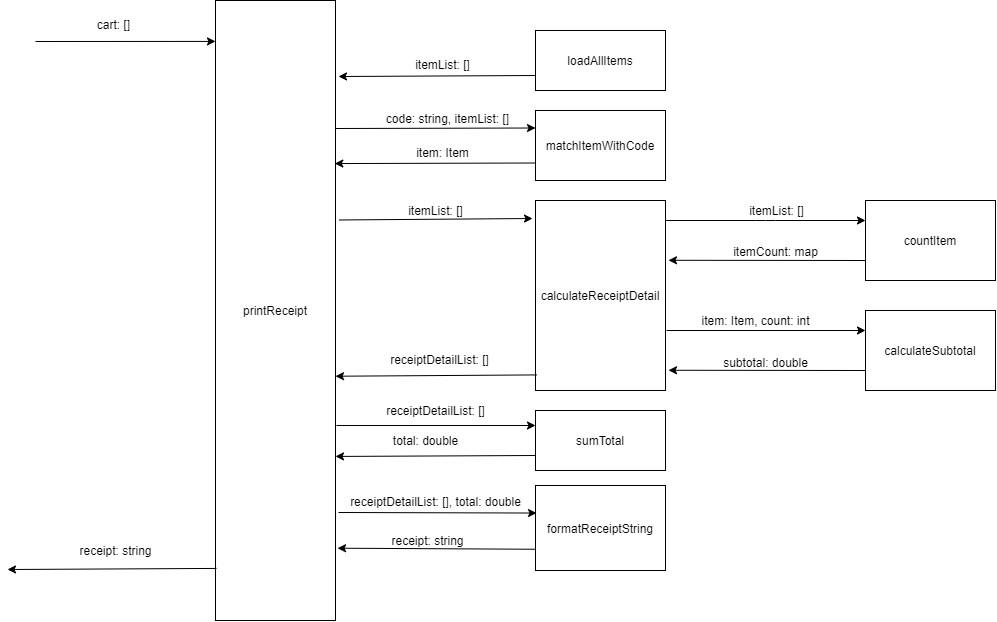
This is context-map.png from lamma3/pos_v0.2_English-2019-9-25-9-48-31-182, a draw.io export, as it was before one commit. Source tidied: cells renumbered, new cells last; positions are measured from the earlier drawing's top-left corner, leaving out a move shared by most shapes.
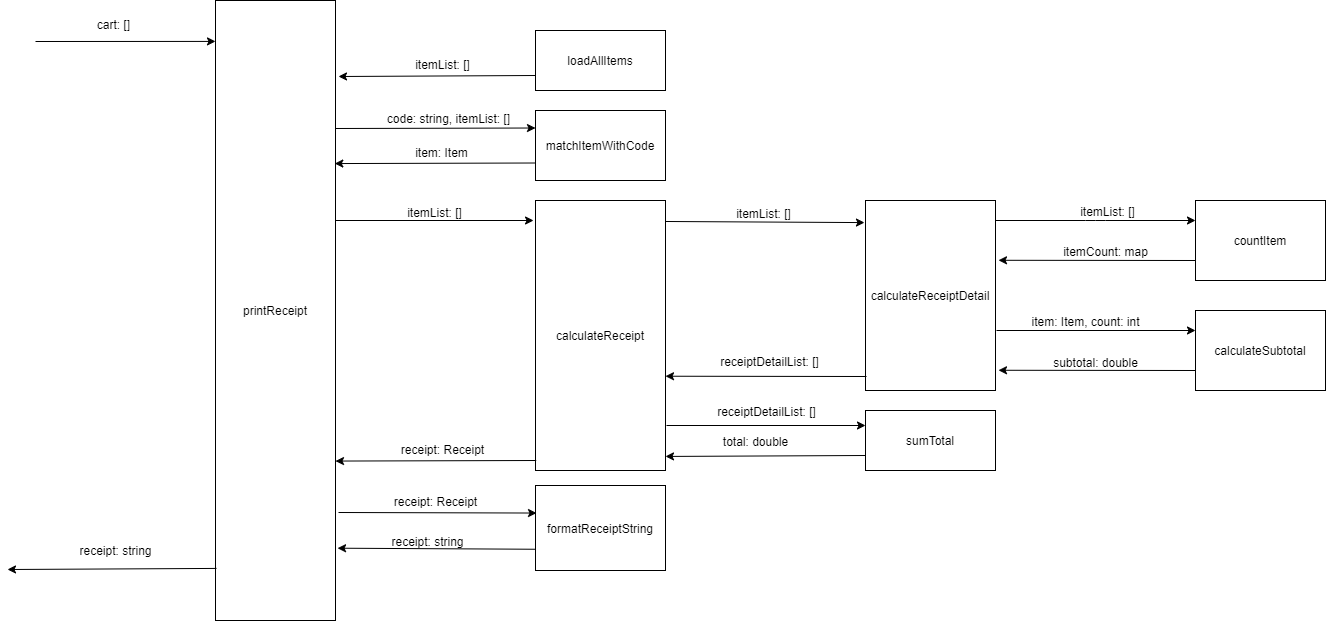
After the commit.

Commit message:
refactor receipt object

Diff of the diagram source:
```diff
@@ -35,13 +35,13 @@
       </mxGeometry>
     </mxCell>
     <mxCell id="10" value="countItem" style="rounded=0;whiteSpace=wrap;html=1;" parent="1" vertex="1">
-      <mxGeometry x="858" y="200" width="130" height="80" as="geometry" />
+      <mxGeometry x="1188" y="200" width="130" height="80" as="geometry" />
     </mxCell>
     <mxCell id="11" style="endArrow=classic;html=1;entryX=0;entryY=0.25;entryDx=0;entryDy=0;exitX=1;exitY=0.25;exitDx=0;exitDy=0;" parent="1" edge="1" target="10">
       <mxGeometry relative="1" as="geometry">
-        <mxPoint x="658" y="220" as="sourcePoint" />
+        <mxPoint x="988" y="220" as="sourcePoint" />
         <Array as="points">
-          <mxPoint x="758" y="220" />
+          <mxPoint x="1088" y="220" />
         </Array>
       </mxGeometry>
     </mxCell>
@@ -73,7 +73,7 @@
     </mxCell>
     <mxCell id="18" style="endArrow=classic;html=1;exitX=0;exitY=0.75;exitDx=0;exitDy=0;entryX=1.025;entryY=0.419;entryDx=0;entryDy=0;entryPerimeter=0;" parent="1" edge="1" source="10">
       <mxGeometry relative="1" as="geometry">
-        <mxPoint x="661" y="259.8" as="targetPoint" />
+        <mxPoint x="991" y="259.8" as="targetPoint" />
       </mxGeometry>
     </mxCell>
     <mxCell id="19" value="itemCount: map" style="text;html=1;align=center;verticalAlign=middle;" parent="18" vertex="1">
@@ -82,11 +82,11 @@
       </mxGeometry>
     </mxCell>
     <mxCell id="20" value="calculateSubtotal" style="rounded=0;whiteSpace=wrap;html=1;" parent="1" vertex="1">
-      <mxGeometry x="858" y="310" width="130" height="80" as="geometry" />
+      <mxGeometry x="1188" y="310" width="130" height="80" as="geometry" />
     </mxCell>
     <mxCell id="21" style="endArrow=classic;html=1;entryX=0;entryY=0.25;entryDx=0;entryDy=0;" parent="1" edge="1" target="20">
       <mxGeometry relative="1" as="geometry">
-        <mxPoint x="659" y="330" as="sourcePoint" />
+        <mxPoint x="989" y="330" as="sourcePoint" />
       </mxGeometry>
     </mxCell>
     <mxCell id="22" value="item: Item, count: int" style="text;html=1;align=center;verticalAlign=middle;" parent="21" vertex="1">
@@ -96,7 +96,7 @@
     </mxCell>
     <mxCell id="23" style="endArrow=classic;html=1;exitX=0;exitY=0.75;exitDx=0;exitDy=0;entryX=1.025;entryY=0.548;entryDx=0;entryDy=0;entryPerimeter=0;" parent="1" edge="1" source="20">
       <mxGeometry relative="1" as="geometry">
-        <mxPoint x="661" y="369.8" as="targetPoint" />
+        <mxPoint x="991" y="369.8" as="targetPoint" />
       </mxGeometry>
     </mxCell>
     <mxCell id="24" value="subtotal: double" style="text;html=1;align=center;verticalAlign=middle;" parent="23" vertex="1">
@@ -105,11 +105,11 @@
       </mxGeometry>
     </mxCell>
     <mxCell id="25" value="sumTotal" style="rounded=0;whiteSpace=wrap;html=1;" parent="1" vertex="1">
-      <mxGeometry x="528" y="410" width="130" height="60" as="geometry" />
+      <mxGeometry x="858" y="410" width="130" height="60" as="geometry" />
     </mxCell>
     <mxCell id="26" style="endArrow=classic;html=1;entryX=0;entryY=0.25;entryDx=0;entryDy=0;" parent="1" edge="1" target="25">
       <mxGeometry relative="1" as="geometry">
-        <mxPoint x="329" y="425" as="sourcePoint" />
+        <mxPoint x="659" y="425" as="sourcePoint" />
       </mxGeometry>
     </mxCell>
     <mxCell id="27" value="receiptDetailList: []" style="text;html=1;align=center;verticalAlign=middle;" parent="26" vertex="1">
@@ -119,7 +119,7 @@
     </mxCell>
     <mxCell id="28" style="endArrow=classic;html=1;exitX=0;exitY=0.75;exitDx=0;exitDy=0;entryX=1;entryY=0.687;entryDx=0;entryDy=0;entryPerimeter=0;" parent="1" edge="1" source="25">
       <mxGeometry relative="1" as="geometry">
-        <mxPoint x="328" y="455.9" as="targetPoint" />
+        <mxPoint x="658" y="455.9" as="targetPoint" />
       </mxGeometry>
     </mxCell>
     <mxCell id="29" value="total: double" style="text;html=1;align=center;verticalAlign=middle;" parent="28" vertex="1">
@@ -135,7 +135,7 @@
         <mxPoint x="331" y="512" as="sourcePoint" />
       </mxGeometry>
     </mxCell>
-    <mxCell id="32" value="receiptDetailList: [], total: double" style="text;html=1;align=center;verticalAlign=middle;" parent="31" vertex="1">
+    <mxCell id="32" value="receipt: Receipt" style="text;html=1;align=center;verticalAlign=middle;" parent="31" vertex="1">
       <mxGeometry x="-0.17" y="1" relative="1" as="geometry">
         <mxPoint x="14.5" y="-11.1" as="offset" />
       </mxGeometry>
@@ -151,11 +151,12 @@
       </mxGeometry>
     </mxCell>
     <mxCell id="35" value="calculateReceiptDetail" style="rounded=0;whiteSpace=wrap;html=1;" parent="1" vertex="1">
-      <mxGeometry x="528" y="200" width="130" height="190" as="geometry" />
+      <mxGeometry x="858" y="200" width="130" height="190" as="geometry" />
     </mxCell>
-    <mxCell id="36" style="endArrow=classic;html=1;exitX=1.029;exitY=0.354;exitDx=0;exitDy=0;exitPerimeter=0;" parent="1" edge="1" source="2">
+    <mxCell id="36" style="endArrow=classic;html=1;exitX=0.992;exitY=0.074;exitDx=0;exitDy=0;exitPerimeter=0;entryX=-0.008;entryY=0.111;entryDx=0;entryDy=0;entryPerimeter=0;" parent="1" edge="1">
       <mxGeometry relative="1" as="geometry">
-        <mxPoint x="525" y="218" as="targetPoint" />
+        <mxPoint x="657" y="221" as="sourcePoint" />
+        <mxPoint x="857" y="222.1" as="targetPoint" />
       </mxGeometry>
     </mxCell>
     <mxCell id="37" value="itemList: []" style="text;html=1;align=center;verticalAlign=middle;" parent="36" vertex="1">
@@ -163,13 +164,41 @@
         <mxPoint x="26.5" y="-8.9" as="offset" />
       </mxGeometry>
     </mxCell>
-    <mxCell id="38" style="endArrow=classic;html=1;exitX=0.008;exitY=0.918;exitDx=0;exitDy=0;exitPerimeter=0;entryX=1;entryY=0.606;entryDx=0;entryDy=0;entryPerimeter=0;" parent="1" edge="1" source="35" target="2">
-      <mxGeometry relative="1" as="geometry" />
+    <mxCell id="38" style="endArrow=classic;html=1;entryX=1;entryY=0.606;entryDx=0;entryDy=0;entryPerimeter=0;" parent="1" edge="1">
+      <mxGeometry relative="1" as="geometry">
+        <mxPoint x="859" y="376" as="sourcePoint" />
+        <mxPoint x="658" y="375.7" as="targetPoint" />
+      </mxGeometry>
     </mxCell>
     <mxCell id="39" value="receiptDetailList: []" style="text;html=1;align=center;verticalAlign=middle;" parent="38" vertex="1">
       <mxGeometry x="-0.38" y="-2" relative="1" as="geometry">
         <mxPoint x="-35.1" y="-13.9" as="offset" />
       </mxGeometry>
     </mxCell>
+    <mxCell id="40" value="calculateReceipt" style="rounded=0;whiteSpace=wrap;html=1;" parent="1" vertex="1">
+      <mxGeometry x="528" y="200" width="130" height="270" as="geometry" />
+    </mxCell>
+    <mxCell id="41" style="endArrow=classic;html=1;" parent="1" edge="1">
+      <mxGeometry relative="1" as="geometry">
+        <mxPoint x="328" y="220" as="sourcePoint" />
+        <mxPoint x="526" y="220" as="targetPoint" />
+      </mxGeometry>
+    </mxCell>
+    <mxCell id="42" value="itemList: []" style="text;html=1;align=center;verticalAlign=middle;" parent="41" vertex="1">
+      <mxGeometry x="-0.28" relative="1" as="geometry">
+        <mxPoint x="26.5" y="-8.9" as="offset" />
+      </mxGeometry>
+    </mxCell>
+    <mxCell id="43" style="endArrow=classic;html=1;exitX=0;exitY=0.75;exitDx=0;exitDy=0;entryX=0.994;entryY=0.263;entryDx=0;entryDy=0;entryPerimeter=0;" parent="1" edge="1">
+      <mxGeometry relative="1" as="geometry">
+        <mxPoint x="528.7" y="460" as="sourcePoint" />
+        <mxPoint x="328" y="460.6" as="targetPoint" />
+      </mxGeometry>
+    </mxCell>
+    <mxCell id="44" value="receipt: Receipt" style="text;html=1;align=center;verticalAlign=middle;" parent="43" vertex="1">
+      <mxGeometry x="-0.24" y="2" relative="1" as="geometry">
+        <mxPoint x="-18" y="-13.5" as="offset" />
+      </mxGeometry>
+    </mxCell>
   </root>
 </mxGraphModel>
```
